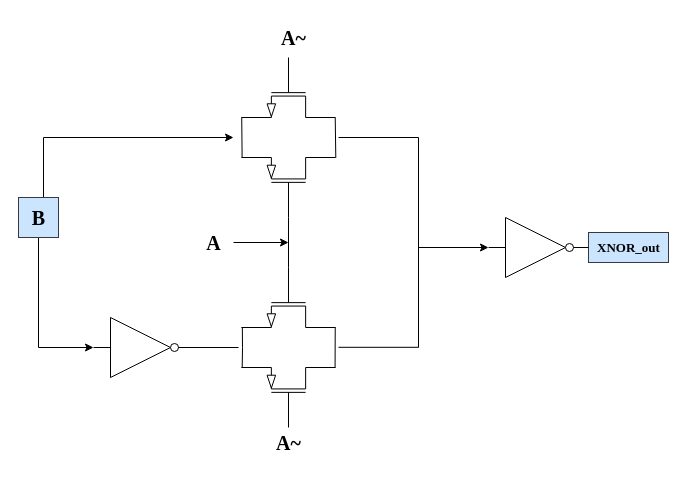
Above: XOR.drawio in w1213ph/draw.io (draw.io), before the change. Source tidied: cells renumbered, new cells numbered last; positions are measured from the earlier drawing's top-left corner, leaving out a move shared by most shapes. Both pictures are drawn from the tidied source at 100%, with x=0, y=0 at pixel (18, 17).
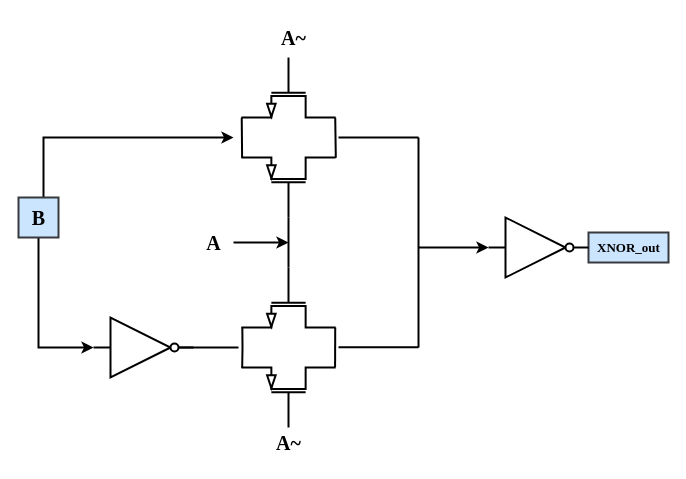
The same diagram, later.

Change to the diagram source:
```diff
@@
-    <mxCell id="2" style="verticalLabelPosition=bottom;shadow=0;dashed=0;align=center;html=1;verticalAlign=top;shape=mxgraph.electrical.logic_gates.inverter_2;" parent="1" vertex="1">
+    <mxCell id="2" style="verticalLabelPosition=bottom;shadow=0;dashed=0;align=center;html=1;verticalAlign=top;shape=mxgraph.electrical.logic_gates.inverter_2;strokeWidth=2;" parent="1" vertex="1">
       <mxGeometry x="75" y="300" width="100" height="60" as="geometry" />
     </mxCell>
-    <mxCell id="3" style="edgeStyle=orthogonalEdgeStyle;rounded=0;orthogonalLoop=1;jettySize=auto;html=1;" parent="1" edge="1">
+    <mxCell id="3" style="edgeStyle=orthogonalEdgeStyle;rounded=0;orthogonalLoop=1;jettySize=auto;html=1;strokeWidth=2;" parent="1" edge="1">
       <mxGeometry relative="1" as="geometry">
         <mxPoint x="25" y="180" as="sourcePoint" />
         <mxPoint x="215" y="120" as="targetPoint" />
         <Array as="points">
           <mxPoint x="25" y="120" />
         </Array>
       </mxGeometry>
     </mxCell>
-    <mxCell id="4" style="edgeStyle=orthogonalEdgeStyle;rounded=0;jettySize=auto;html=1;entryX=0;entryY=0.5;entryDx=0;entryDy=0;entryPerimeter=0;" parent="1" edge="1" source="5" target="2">
+    <mxCell id="4" style="edgeStyle=orthogonalEdgeStyle;rounded=0;jettySize=auto;html=1;entryX=0;entryY=0.5;entryDx=0;entryDy=0;entryPerimeter=0;strokeWidth=2;" parent="1" edge="1" source="5" target="2">
       <mxGeometry relative="1" as="geometry">
         <Array as="points">
           <mxPoint x="20" y="330" />
         </Array>
       </mxGeometry>
     </mxCell>
-    <mxCell id="5" value="B" style="text;html=1;align=center;verticalAlign=middle;points=[];fillColor=#cce5ff;strokeColor=#36393d;fillStyle=auto;gradientColor=none;fontFamily=Times New Roman;fontSize=20;fontStyle=1;" parent="1" vertex="1">
+    <mxCell id="5" value="B" style="text;html=1;align=center;verticalAlign=middle;points=[];fillColor=#cce5ff;strokeColor=#36393d;fillStyle=auto;gradientColor=none;fontFamily=Times New Roman;fontSize=20;fontStyle=1;strokeWidth=2;" parent="1" vertex="1">
       <mxGeometry y="180" width="40" height="40" as="geometry" />
     </mxCell>
-    <mxCell id="6" style="verticalLabelPosition=bottom;shadow=0;dashed=0;align=center;html=1;verticalAlign=top;shape=mxgraph.electrical.transistors.pmos;direction=north;" parent="1" vertex="1">
+    <mxCell id="6" style="verticalLabelPosition=bottom;shadow=0;dashed=0;align=center;html=1;verticalAlign=top;shape=mxgraph.electrical.transistors.pmos;direction=north;strokeWidth=2;" parent="1" vertex="1">
       <mxGeometry x="220" y="350" width="100" height="60" as="geometry" />
     </mxCell>
-    <mxCell id="7" style="verticalLabelPosition=bottom;shadow=0;dashed=0;align=center;html=1;verticalAlign=top;shape=mxgraph.electrical.transistors.nmos;direction=south;" parent="1" vertex="1">
+    <mxCell id="7" style="verticalLabelPosition=bottom;shadow=0;dashed=0;align=center;html=1;verticalAlign=top;shape=mxgraph.electrical.transistors.nmos;direction=south;strokeWidth=2;" parent="1" vertex="1">
       <mxGeometry x="220" y="250" width="100" height="60" as="geometry" />
     </mxCell>
-    <mxCell id="8" style="edgeStyle=orthogonalEdgeStyle;rounded=0;jettySize=auto;html=1;exitX=0;exitY=0.5;exitDx=0;exitDy=0;exitPerimeter=0;curved=0;strokeColor=default;endArrow=none;endFill=0;" parent="1" edge="1" source="9" target="7">
+    <mxCell id="8" style="edgeStyle=orthogonalEdgeStyle;rounded=0;jettySize=auto;html=1;exitX=0;exitY=0.5;exitDx=0;exitDy=0;exitPerimeter=0;curved=0;strokeColor=default;endArrow=none;endFill=0;strokeWidth=2;" parent="1" edge="1" source="9" target="7">
       <mxGeometry relative="1" as="geometry" />
     </mxCell>
-    <mxCell id="9" style="verticalLabelPosition=bottom;shadow=0;dashed=0;align=center;html=1;verticalAlign=top;shape=mxgraph.electrical.transistors.pmos;direction=north;" parent="1" vertex="1">
+    <mxCell id="9" style="verticalLabelPosition=bottom;shadow=0;dashed=0;align=center;html=1;verticalAlign=top;shape=mxgraph.electrical.transistors.pmos;direction=north;strokeWidth=2;" parent="1" vertex="1">
       <mxGeometry x="220" y="140" width="100" height="60" as="geometry" />
     </mxCell>
-    <mxCell id="10" style="verticalLabelPosition=bottom;shadow=0;dashed=0;align=center;html=1;verticalAlign=top;shape=mxgraph.electrical.transistors.nmos;direction=south;" parent="1" vertex="1">
+    <mxCell id="10" style="verticalLabelPosition=bottom;shadow=0;dashed=0;align=center;html=1;verticalAlign=top;shape=mxgraph.electrical.transistors.nmos;direction=south;strokeWidth=2;" parent="1" vertex="1">
       <mxGeometry x="220" y="40" width="100" height="60" as="geometry" />
     </mxCell>
-    <mxCell id="11" style="edgeStyle=orthogonalEdgeStyle;rounded=0;jettySize=auto;html=1;" parent="1" edge="1" source="12">
+    <mxCell id="11" style="edgeStyle=orthogonalEdgeStyle;rounded=0;jettySize=auto;html=1;strokeWidth=2;" parent="1" edge="1" source="12">
       <mxGeometry relative="1" as="geometry">
         <mxPoint x="270" y="225" as="targetPoint" />
       </mxGeometry>
     </mxCell>
-    <mxCell id="12" value="A" style="text;html=1;align=center;verticalAlign=middle;points=[];strokeColor=none;fillColor=none;fontFamily=Times New Roman;fontStyle=1;fontSize=20;" parent="1" vertex="1">
+    <mxCell id="12" value="A" style="text;html=1;align=center;verticalAlign=middle;points=[];strokeColor=none;fillColor=none;fontFamily=Times New Roman;fontStyle=1;fontSize=20;strokeWidth=2;" parent="1" vertex="1">
       <mxGeometry x="175" y="205" width="40" height="40" as="geometry" />
     </mxCell>
-    <mxCell id="13" style="endArrow=none;html=1;rounded=0;entryX=1.002;entryY=1.725;entryDx=0;entryDy=0;entryPerimeter=0;exitX=0.998;exitY=-0.715;exitDx=0;exitDy=0;exitPerimeter=0;" parent="1" edge="1" source="9" target="10">
+    <mxCell id="13" style="endArrow=none;html=1;rounded=0;entryX=1.002;entryY=1.725;entryDx=0;entryDy=0;entryPerimeter=0;exitX=0.998;exitY=-0.715;exitDx=0;exitDy=0;exitPerimeter=0;strokeWidth=2;" parent="1" edge="1" source="9" target="10">
       <mxGeometry relative="1" as="geometry" />
     </mxCell>
-    <mxCell id="14" value="A~" style="text;html=1;align=center;verticalAlign=middle;strokeColor=none;fillColor=none;fontFamily=Times New Roman;fontSize=20;fontStyle=1;" parent="1" vertex="1">
+    <mxCell id="14" value="A~" style="text;html=1;align=center;verticalAlign=middle;strokeColor=none;fillColor=none;fontFamily=Times New Roman;fontSize=20;fontStyle=1;strokeWidth=2;" parent="1" vertex="1">
       <mxGeometry x="245" y="405" width="50" height="40" as="geometry" />
     </mxCell>
@@
-    <mxCell id="16" style="endArrow=none;html=1;rounded=0;" parent="1" edge="1">
+    <mxCell id="16" style="endArrow=none;html=1;rounded=0;strokeWidth=2;" parent="1" edge="1">
       <mxGeometry relative="1" as="geometry">
         <mxPoint x="160" y="330" as="sourcePoint" />
         <mxPoint x="220" y="330" as="targetPoint" />
       </mxGeometry>
     </mxCell>
-    <mxCell id="17" style="endArrow=none;html=1;rounded=0;exitX=0.996;exitY=-0.713;exitDx=0;exitDy=0;exitPerimeter=0;entryX=0.994;entryY=1.709;entryDx=0;entryDy=0;entryPerimeter=0;" parent="1" edge="1" source="6" target="7">
+    <mxCell id="17" style="endArrow=none;html=1;rounded=0;exitX=0.996;exitY=-0.713;exitDx=0;exitDy=0;exitPerimeter=0;entryX=0.994;entryY=1.709;entryDx=0;entryDy=0;entryPerimeter=0;strokeWidth=2;" parent="1" edge="1" source="6" target="7">
       <mxGeometry relative="1" as="geometry">
         <Array as="points">
           <mxPoint x="224" y="330" />
         </Array>
       </mxGeometry>
     </mxCell>
-    <mxCell id="18" style="endArrow=none;html=1;rounded=0;entryX=1.005;entryY=-0.724;entryDx=0;entryDy=0;entryPerimeter=0;exitX=0.994;exitY=1.739;exitDx=0;exitDy=0;exitPerimeter=0;" parent="1" edge="1" source="9" target="10">
+    <mxCell id="18" style="endArrow=none;html=1;rounded=0;entryX=1.005;entryY=-0.724;entryDx=0;entryDy=0;entryPerimeter=0;exitX=0.994;exitY=1.739;exitDx=0;exitDy=0;exitPerimeter=0;strokeWidth=2;" parent="1" edge="1" source="9" target="10">
       <mxGeometry relative="1" as="geometry" />
     </mxCell>
-    <mxCell id="19" style="endArrow=none;html=1;rounded=0;entryX=0.999;entryY=-0.724;entryDx=0;entryDy=0;entryPerimeter=0;exitX=1.003;exitY=1.72;exitDx=0;exitDy=0;exitPerimeter=0;" parent="1" edge="1" source="6" target="7">
+    <mxCell id="19" style="endArrow=none;html=1;rounded=0;entryX=0.999;entryY=-0.724;entryDx=0;entryDy=0;entryPerimeter=0;exitX=1.003;exitY=1.72;exitDx=0;exitDy=0;exitPerimeter=0;strokeWidth=2;" parent="1" edge="1" source="6" target="7">
       <mxGeometry relative="1" as="geometry" />
     </mxCell>
-    <mxCell id="20" style="endArrow=none;html=1;rounded=0;" parent="1" edge="1">
+    <mxCell id="20" style="endArrow=none;html=1;rounded=0;strokeWidth=2;" parent="1" edge="1">
       <mxGeometry relative="1" as="geometry">
         <mxPoint x="320" y="120" as="sourcePoint" />
         <mxPoint x="400" y="120" as="targetPoint" />
       </mxGeometry>
     </mxCell>
-    <mxCell id="21" style="endArrow=none;html=1;rounded=0;" parent="1" edge="1">
+    <mxCell id="21" style="endArrow=none;html=1;rounded=0;strokeWidth=2;" parent="1" edge="1">
       <mxGeometry relative="1" as="geometry">
         <mxPoint x="320" y="329.8" as="sourcePoint" />
         <mxPoint x="400" y="329.8" as="targetPoint" />
       </mxGeometry>
     </mxCell>
-    <mxCell id="22" style="endArrow=none;html=1;rounded=0;" parent="1" edge="1">
+    <mxCell id="22" style="endArrow=none;html=1;rounded=0;strokeWidth=2;" parent="1" edge="1">
       <mxGeometry relative="1" as="geometry">
         <mxPoint x="400" y="330" as="sourcePoint" />
         <mxPoint x="400" y="120" as="targetPoint" />
       </mxGeometry>
     </mxCell>
-    <mxCell id="23" style="endArrow=classic;html=1;rounded=0;" parent="1" edge="1">
+    <mxCell id="23" style="endArrow=classic;html=1;rounded=0;strokeWidth=2;" parent="1" edge="1">
       <mxGeometry relative="1" as="geometry">
         <mxPoint x="400" y="230" as="sourcePoint" />
         <mxPoint x="470" y="230" as="targetPoint" />
       </mxGeometry>
     </mxCell>
-    <mxCell id="24" value="XNOR_out" style="text;html=1;align=center;verticalAlign=middle;strokeColor=#36393d;fillColor=#cce5ff;fontStyle=1;fontFamily=Times New Roman;fontSize=13;" parent="1" vertex="1">
+    <mxCell id="24" value="XNOR_out" style="text;html=1;align=center;verticalAlign=middle;strokeColor=#36393d;fillColor=#cce5ff;fontStyle=1;fontFamily=Times New Roman;fontSize=13;strokeWidth=2;" parent="1" vertex="1">
       <mxGeometry x="570" y="215" width="80" height="30" as="geometry" />
     </mxCell>
-    <mxCell id="25" style="verticalLabelPosition=bottom;shadow=0;dashed=0;align=center;html=1;verticalAlign=top;shape=mxgraph.electrical.logic_gates.inverter_2;" parent="1" vertex="1">
+    <mxCell id="25" style="verticalLabelPosition=bottom;shadow=0;dashed=0;align=center;html=1;verticalAlign=top;shape=mxgraph.electrical.logic_gates.inverter_2;strokeWidth=2;" parent="1" vertex="1">
       <mxGeometry x="470" y="200" width="100" height="60" as="geometry" />
     </mxCell>
```
